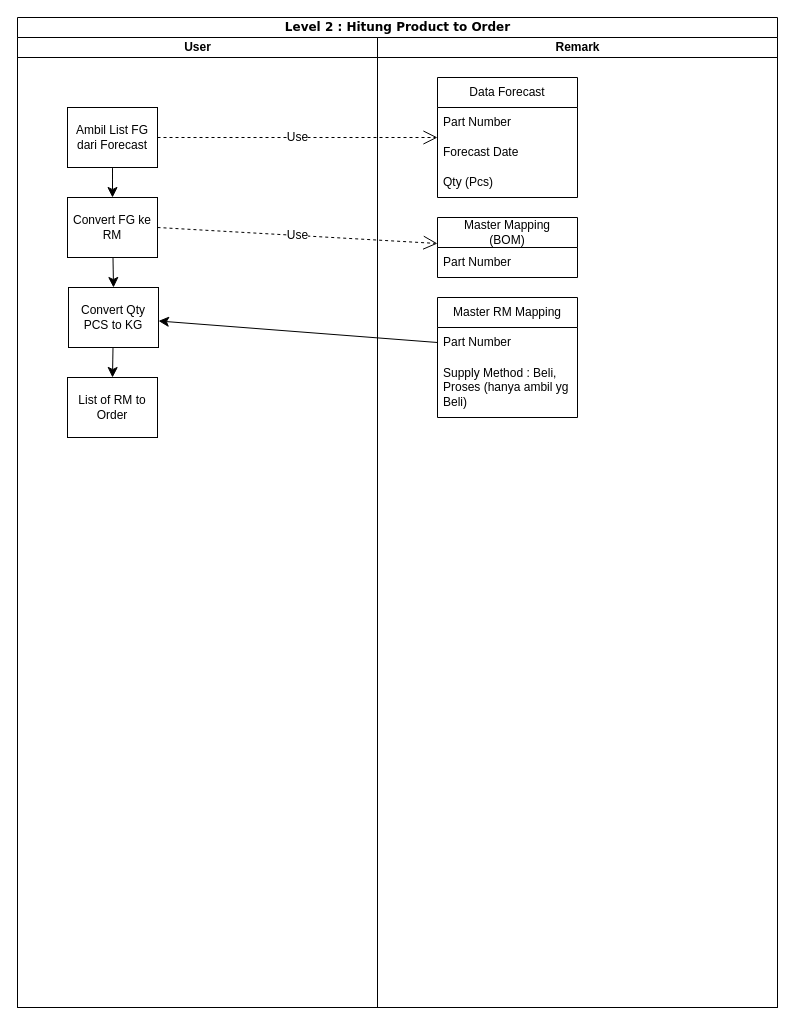
This is page "Lvl 2 Hitung Product to Order" (5 of 5) of Untitled Diagram.drawio from hendrasaputra0501/pemi-ay-bpa, a draw.io file, before an edit. Source tidied: cells renumbered, new cells numbered last; positions are measured from the earlier drawing's top-left corner, leaving out a move shared by most shapes. Both pictures are drawn from the tidied source at 100%, with x=0, y=0 at pixel (17, 17).
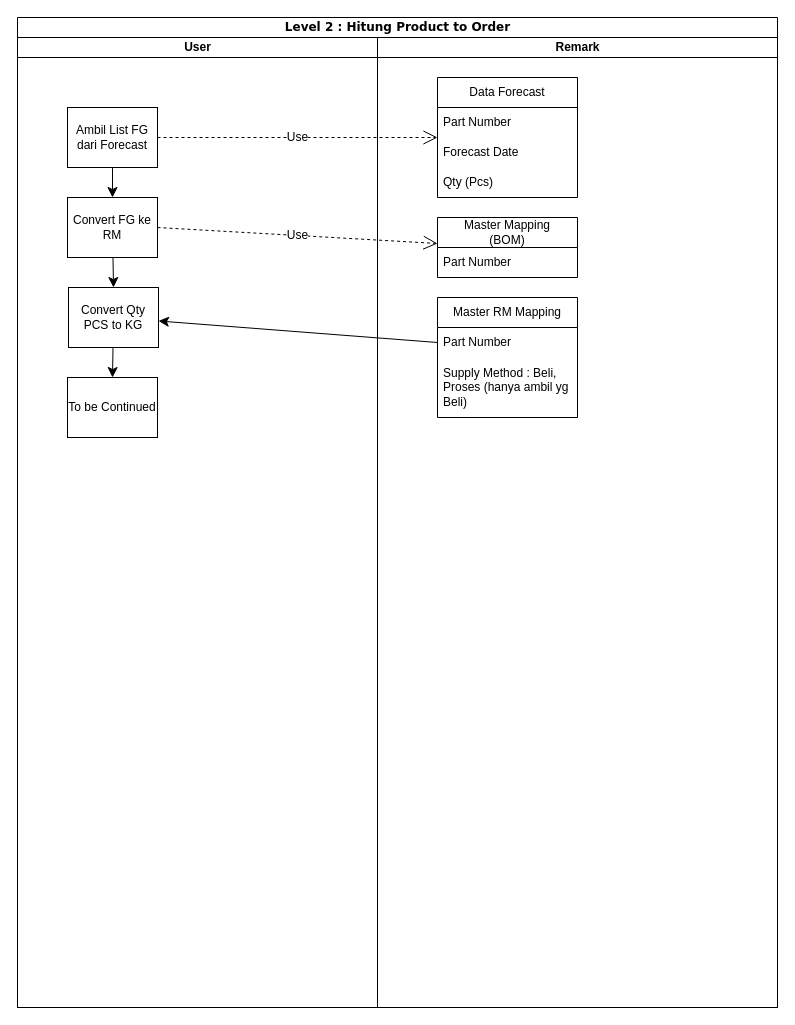
Above is the later version.

Unchanged cells that the change refers to:
```xml
<mxCell id="3" value="User" style="swimlane;html=1;startSize=20;" parent="2" vertex="1">
  <mxGeometry y="20" width="360" height="970" as="geometry" />
</mxCell>
```

Diff of the diagram source:
```diff
@@
-    <mxCell id="11" value="List of RM to Order" style="rounded=0;whiteSpace=wrap;html=1;" parent="3" vertex="1">
+    <mxCell id="11" value="To be Continued" style="rounded=0;whiteSpace=wrap;html=1;" parent="3" vertex="1">
       <mxGeometry x="50" y="340" width="90" height="60" as="geometry" />
     </mxCell>
```
